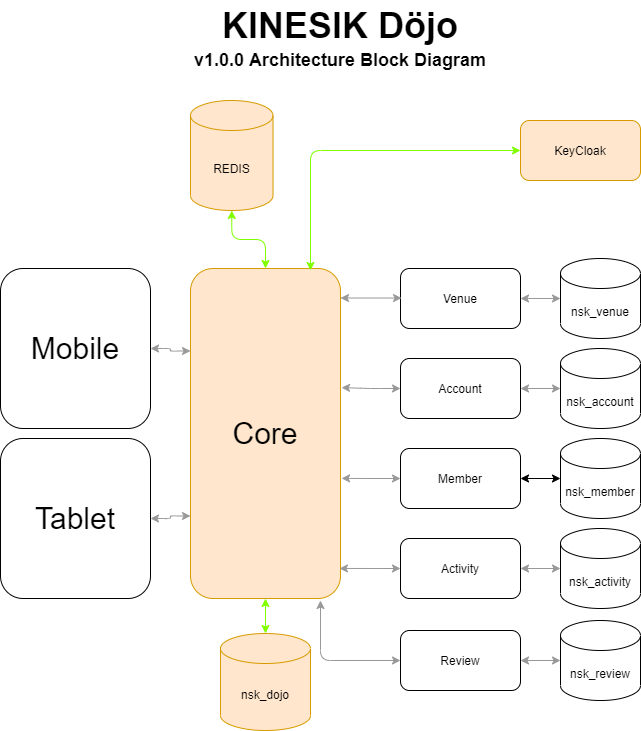
Above: nskDojo/Design/Architecture Block Diagram v1.0.0.png in NordStar-KINESIK/docs-repo (draw.io), before the change. Source tidied: cells renumbered, new cells last; positions are measured from the earlier drawing's top-left corner, leaving out a move shared by most shapes.
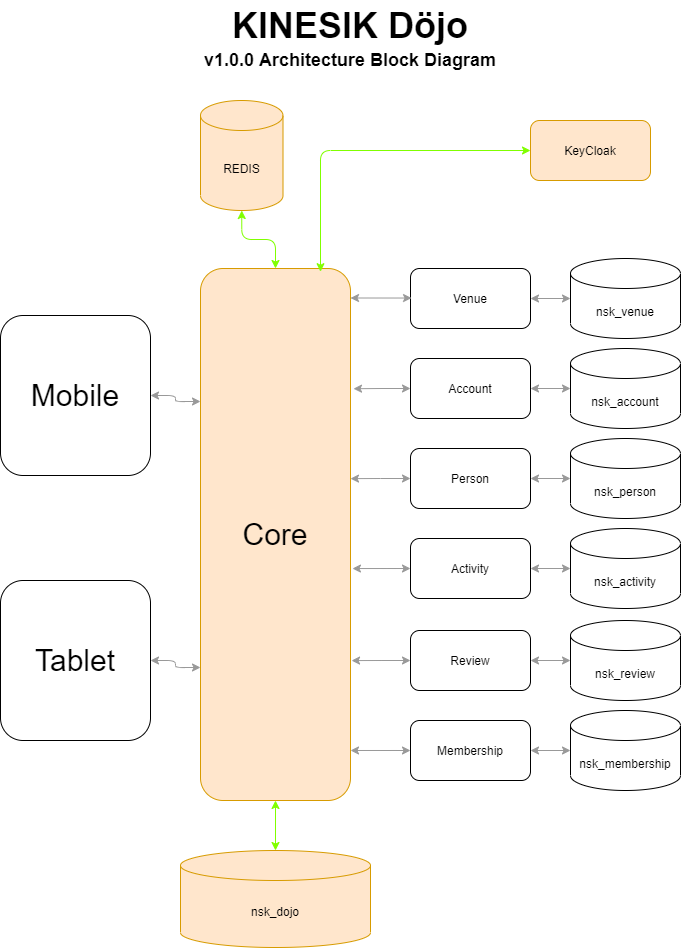
After the commit.

The edit, as a diff of the source:
```diff
@@ -6,7 +6,7 @@
       <mxGeometry relative="1" as="geometry" />
     </mxCell>
     <mxCell id="3" value="&lt;font style=&quot;font-size: 30px&quot;&gt;Core&lt;/font&gt;" style="whiteSpace=wrap;html=1;fillColor=#ffe6cc;strokeColor=#d79b00;rounded=1;" parent="1" vertex="1">
-      <mxGeometry x="190" y="268" width="150" height="330" as="geometry" />
+      <mxGeometry x="190" y="268" width="150" height="532" as="geometry" />
     </mxCell>
     <mxCell id="4" style="edgeStyle=orthogonalEdgeStyle;jettySize=auto;html=1;exitX=1;exitY=0.5;exitDx=0;exitDy=0;entryX=0;entryY=0.5;entryDx=0;entryDy=0;entryPerimeter=0;startArrow=classic;startFill=1;strokeColor=#999999;" parent="1" edge="1" source="5" target="18">
       <mxGeometry relative="1" as="geometry" />
@@ -17,47 +17,47 @@
     <mxCell id="6" style="edgeStyle=orthogonalEdgeStyle;jettySize=auto;html=1;exitX=1;exitY=0.5;exitDx=0;exitDy=0;entryX=0;entryY=0.5;entryDx=0;entryDy=0;entryPerimeter=0;startArrow=classic;startFill=1;strokeColor=#999999;" parent="1" edge="1" source="8" target="15">
       <mxGeometry relative="1" as="geometry" />
     </mxCell>
-    <mxCell id="7" style="edgeStyle=orthogonalEdgeStyle;jettySize=auto;html=1;exitX=0;exitY=0.5;exitDx=0;exitDy=0;entryX=1.007;entryY=0.361;entryDx=0;entryDy=0;entryPerimeter=0;startArrow=classic;startFill=1;strokeColor=#999999;" parent="1" edge="1" source="8" target="3">
+    <mxCell id="7" style="edgeStyle=orthogonalEdgeStyle;rounded=0;jettySize=auto;html=1;exitX=0;exitY=0.5;exitDx=0;exitDy=0;entryX=1.02;entryY=0.226;entryDx=0;entryDy=0;entryPerimeter=0;startArrow=classic;startFill=1;strokeColor=#999999;" parent="1" edge="1" source="8" target="3">
       <mxGeometry relative="1" as="geometry" />
     </mxCell>
     <mxCell id="8" value="Account" style="whiteSpace=wrap;html=1;rounded=1;" parent="1" vertex="1">
       <mxGeometry x="400" y="358" width="120" height="60" as="geometry" />
     </mxCell>
-    <mxCell id="9" style="edgeStyle=orthogonalEdgeStyle;jettySize=auto;html=1;exitX=1;exitY=0.5;exitDx=0;exitDy=0;entryX=0;entryY=0.5;entryDx=0;entryDy=0;entryPerimeter=0;startArrow=classic;startFill=1;" parent="1" edge="1" source="11" target="16">
+    <mxCell id="9" style="edgeStyle=orthogonalEdgeStyle;jettySize=auto;html=1;exitX=1;exitY=0.5;exitDx=0;exitDy=0;entryX=0;entryY=0.5;entryDx=0;entryDy=0;entryPerimeter=0;startArrow=classic;startFill=1;strokeColor=#999999;" parent="1" edge="1" source="11" target="16">
       <mxGeometry relative="1" as="geometry" />
     </mxCell>
-    <mxCell id="10" style="edgeStyle=orthogonalEdgeStyle;jettySize=auto;html=1;exitX=0;exitY=0.5;exitDx=0;exitDy=0;entryX=1.007;entryY=0.636;entryDx=0;entryDy=0;entryPerimeter=0;startArrow=classic;startFill=1;strokeColor=#999999;" parent="1" edge="1" source="11" target="3">
+    <mxCell id="10" style="edgeStyle=orthogonalEdgeStyle;rounded=0;jettySize=auto;html=1;exitX=0;exitY=0.5;exitDx=0;exitDy=0;entryX=1;entryY=0.395;entryDx=0;entryDy=0;entryPerimeter=0;startArrow=classic;startFill=1;strokeColor=#999999;" parent="1" edge="1" source="11" target="3">
       <mxGeometry relative="1" as="geometry" />
     </mxCell>
-    <mxCell id="11" value="Member" style="whiteSpace=wrap;html=1;rounded=1;" parent="1" vertex="1">
+    <mxCell id="11" value="Person" style="whiteSpace=wrap;html=1;rounded=1;" parent="1" vertex="1">
       <mxGeometry x="400" y="448" width="120" height="60" as="geometry" />
     </mxCell>
     <mxCell id="12" style="edgeStyle=orthogonalEdgeStyle;jettySize=auto;html=1;exitX=1;exitY=0.5;exitDx=0;exitDy=0;entryX=0;entryY=0.5;entryDx=0;entryDy=0;entryPerimeter=0;startArrow=classic;startFill=1;strokeColor=#999999;" parent="1" edge="1" source="14" target="17">
       <mxGeometry relative="1" as="geometry" />
     </mxCell>
-    <mxCell id="13" style="edgeStyle=orthogonalEdgeStyle;jettySize=auto;html=1;exitX=0;exitY=0.5;exitDx=0;exitDy=0;entryX=0.993;entryY=0.909;entryDx=0;entryDy=0;entryPerimeter=0;startArrow=classic;startFill=1;strokeColor=#999999;" parent="1" edge="1" source="14" target="3">
+    <mxCell id="13" style="edgeStyle=orthogonalEdgeStyle;rounded=0;jettySize=auto;html=1;exitX=0;exitY=0.5;exitDx=0;exitDy=0;entryX=1.013;entryY=0.564;entryDx=0;entryDy=0;entryPerimeter=0;startArrow=classic;startFill=1;strokeColor=#999999;" parent="1" edge="1" source="14" target="3">
       <mxGeometry relative="1" as="geometry" />
     </mxCell>
     <mxCell id="14" value="Activity" style="whiteSpace=wrap;html=1;rounded=1;" parent="1" vertex="1">
       <mxGeometry x="400" y="538" width="120" height="60" as="geometry" />
     </mxCell>
     <mxCell id="15" value="nsk_account" style="shape=cylinder3;whiteSpace=wrap;html=1;boundedLbl=1;backgroundOutline=1;size=15;rounded=1;" parent="1" vertex="1">
-      <mxGeometry x="560" y="348" width="80" height="80" as="geometry" />
+      <mxGeometry x="560" y="348" width="110" height="80" as="geometry" />
     </mxCell>
-    <mxCell id="16" value="nsk_member" style="shape=cylinder3;whiteSpace=wrap;html=1;boundedLbl=1;backgroundOutline=1;size=15;rounded=1;" parent="1" vertex="1">
-      <mxGeometry x="560" y="438" width="80" height="80" as="geometry" />
+    <mxCell id="16" value="nsk_person" style="shape=cylinder3;whiteSpace=wrap;html=1;boundedLbl=1;backgroundOutline=1;size=15;rounded=1;" parent="1" vertex="1">
+      <mxGeometry x="560" y="438" width="110" height="80" as="geometry" />
     </mxCell>
     <mxCell id="17" value="nsk_activity" style="shape=cylinder3;whiteSpace=wrap;html=1;boundedLbl=1;backgroundOutline=1;size=15;rounded=1;" parent="1" vertex="1">
-      <mxGeometry x="560" y="528" width="80" height="80" as="geometry" />
+      <mxGeometry x="560" y="528" width="110" height="80" as="geometry" />
     </mxCell>
     <mxCell id="18" value="nsk_venue" style="shape=cylinder3;whiteSpace=wrap;html=1;boundedLbl=1;backgroundOutline=1;size=15;rounded=1;" parent="1" vertex="1">
-      <mxGeometry x="560" y="258" width="80" height="80" as="geometry" />
+      <mxGeometry x="560" y="258" width="110" height="80" as="geometry" />
     </mxCell>
     <mxCell id="19" style="edgeStyle=orthogonalEdgeStyle;jettySize=auto;html=1;exitX=0.5;exitY=0;exitDx=0;exitDy=0;exitPerimeter=0;entryX=0.5;entryY=1;entryDx=0;entryDy=0;startArrow=classic;startFill=1;strokeColor=#80FF00;" parent="1" edge="1" source="20" target="3">
       <mxGeometry relative="1" as="geometry" />
     </mxCell>
     <mxCell id="20" value="nsk_dojo" style="shape=cylinder3;whiteSpace=wrap;html=1;boundedLbl=1;backgroundOutline=1;size=15;fillColor=#ffe6cc;strokeColor=#d79b00;rounded=1;" parent="1" vertex="1">
-      <mxGeometry x="220" y="633" width="90" height="97" as="geometry" />
+      <mxGeometry x="170" y="850" width="190" height="97" as="geometry" />
     </mxCell>
     <mxCell id="21" style="edgeStyle=orthogonalEdgeStyle;orthogonalLoop=1;jettySize=auto;html=1;exitX=0;exitY=0.5;exitDx=0;exitDy=0;entryX=0.993;entryY=0.909;entryDx=0;entryDy=0;entryPerimeter=0;startArrow=classic;startFill=1;strokeColor=#999999;" parent="1" edge="1">
       <mxGeometry relative="1" as="geometry">
@@ -69,13 +69,13 @@
       <mxGeometry relative="1" as="geometry" />
     </mxCell>
     <mxCell id="23" value="&lt;span style=&quot;font-size: 30px&quot;&gt;Mobile&lt;/span&gt;" style="whiteSpace=wrap;html=1;rounded=1;" parent="1" vertex="1">
-      <mxGeometry y="268" width="150" height="160" as="geometry" />
+      <mxGeometry x="-10" y="315" width="150" height="160" as="geometry" />
     </mxCell>
     <mxCell id="24" style="edgeStyle=orthogonalEdgeStyle;jettySize=auto;html=1;exitX=1;exitY=0.5;exitDx=0;exitDy=0;entryX=0;entryY=0.75;entryDx=0;entryDy=0;startArrow=classic;startFill=1;strokeColor=#999999;" parent="1" edge="1" source="25" target="3">
       <mxGeometry relative="1" as="geometry" />
     </mxCell>
     <mxCell id="25" value="&lt;font style=&quot;font-size: 30px&quot;&gt;Tablet&lt;/font&gt;" style="whiteSpace=wrap;html=1;rounded=1;" parent="1" vertex="1">
-      <mxGeometry y="438" width="150" height="160" as="geometry" />
+      <mxGeometry x="-10" y="580" width="150" height="160" as="geometry" />
     </mxCell>
     <mxCell id="26" value="REDIS" style="shape=cylinder3;whiteSpace=wrap;html=1;boundedLbl=1;backgroundOutline=1;size=15;rounded=1;fillColor=#ffe6cc;strokeColor=#d79b00;" parent="1" vertex="1">
       <mxGeometry x="190" y="100" width="82.5" height="110" as="geometry" />
@@ -92,11 +92,9 @@
     <mxCell id="30" value="KeyCloak" style="whiteSpace=wrap;html=1;rounded=1;fillColor=#ffe6cc;strokeColor=#d79b00;" parent="1" vertex="1">
       <mxGeometry x="520" y="120" width="120" height="60" as="geometry" />
     </mxCell>
-    <mxCell id="31" style="edgeStyle=orthogonalEdgeStyle;jettySize=auto;html=1;exitX=0;exitY=0.5;exitDx=0;exitDy=0;startArrow=classic;startFill=1;strokeColor=#999999;" parent="1" edge="1" source="32">
-      <mxGeometry relative="1" as="geometry">
-        <mxPoint x="320" y="600" as="targetPoint" />
-      </mxGeometry>
-    </mxCell>
+    <mxCell id="35" style="edgeStyle=orthogonalEdgeStyle;rounded=0;jettySize=auto;html=1;exitX=0;exitY=0.5;exitDx=0;exitDy=0;entryX=1.007;entryY=0.737;entryDx=0;entryDy=0;entryPerimeter=0;startArrow=classic;startFill=1;strokeColor=#999999;" parent="1" edge="1" source="32" target="3">
+      <mxGeometry relative="1" as="geometry" />
+    </mxCell>
     <mxCell id="32" value="Review" style="whiteSpace=wrap;html=1;rounded=1;" parent="1" vertex="1">
       <mxGeometry x="400" y="630" width="120" height="60" as="geometry" />
     </mxCell>
@@ -106,7 +104,21 @@
       </mxGeometry>
     </mxCell>
     <mxCell id="34" value="nsk_review" style="shape=cylinder3;whiteSpace=wrap;html=1;boundedLbl=1;backgroundOutline=1;size=15;rounded=1;" parent="1" vertex="1">
-      <mxGeometry x="560" y="620" width="80" height="80" as="geometry" />
+      <mxGeometry x="560" y="620" width="110" height="80" as="geometry" />
     </mxCell>
+    <mxCell id="36" style="edgeStyle=orthogonalEdgeStyle;rounded=0;jettySize=auto;html=1;exitX=0;exitY=0.5;exitDx=0;exitDy=0;entryX=1;entryY=0.906;entryDx=0;entryDy=0;entryPerimeter=0;startArrow=classic;startFill=1;strokeColor=#999999;" parent="1" edge="1" source="37" target="3">
+      <mxGeometry relative="1" as="geometry" />
+    </mxCell>
+    <mxCell id="37" value="Membership" style="whiteSpace=wrap;html=1;rounded=1;" parent="1" vertex="1">
+      <mxGeometry x="400" y="720" width="120" height="60" as="geometry" />
+    </mxCell>
+    <mxCell id="38" style="edgeStyle=orthogonalEdgeStyle;jettySize=auto;html=1;exitX=1;exitY=0.5;exitDx=0;exitDy=0;entryX=0;entryY=0.5;entryDx=0;entryDy=0;entryPerimeter=0;startArrow=classic;startFill=1;strokeColor=#999999;" parent="1" edge="1" target="39">
+      <mxGeometry relative="1" as="geometry">
+        <mxPoint x="520" y="750" as="sourcePoint" />
+      </mxGeometry>
+    </mxCell>
+    <mxCell id="39" value="nsk_membership&lt;br&gt;" style="shape=cylinder3;whiteSpace=wrap;html=1;boundedLbl=1;backgroundOutline=1;size=15;rounded=1;" parent="1" vertex="1">
+      <mxGeometry x="560" y="710" width="110" height="80" as="geometry" />
+    </mxCell>
   </root>
 </mxGraphModel>
```
